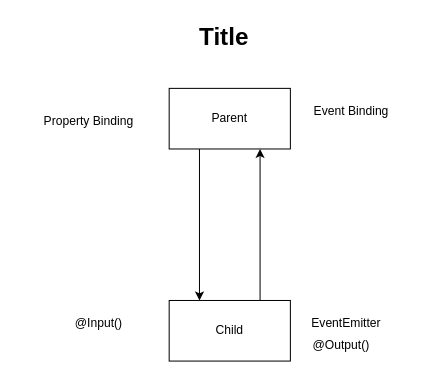
Above: page "Page-2" (2 of 2) of references/ng-diagrams.drawio in synergy2411/nov-24-ng (draw.io), before the change. Source tidied: cells renumbered, new cells numbered last; positions are measured from the earlier drawing's top-left corner, leaving out a move shared by most shapes. Both pictures are drawn from the tidied source at 101%, with x=0, y=0 at pixel (32, 17).
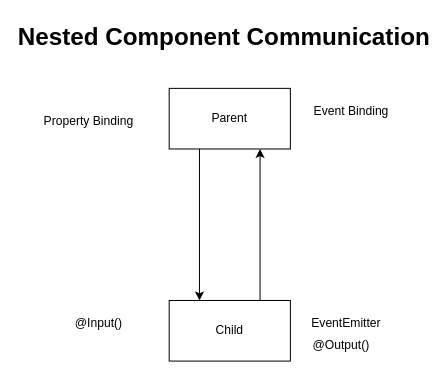
The same page after the edit.

Diff of the diagram source:
```diff
@@
 <mxGraphModel>
   <root>
     <mxCell id="0" />
     <mxCell id="1" parent="0" />
     <mxCell id="2" style="edgeStyle=orthogonalEdgeStyle;rounded=0;jettySize=auto;html=1;exitX=0.25;exitY=1;exitDx=0;exitDy=0;entryX=0.25;entryY=0;entryDx=0;entryDy=0;" parent="1" edge="1" source="3" target="5">
       <mxGeometry relative="1" as="geometry" />
     </mxCell>
     <mxCell id="3" value="Parent" style="rounded=0;whiteSpace=wrap;html=1;" parent="1" vertex="1">
       <mxGeometry x="135" y="70" width="120" height="60" as="geometry" />
     </mxCell>
     <mxCell id="4" style="edgeStyle=orthogonalEdgeStyle;rounded=0;jettySize=auto;html=1;exitX=0.75;exitY=0;exitDx=0;exitDy=0;entryX=0.75;entryY=1;entryDx=0;entryDy=0;" parent="1" edge="1" source="5" target="3">
       <mxGeometry relative="1" as="geometry" />
     </mxCell>
     <mxCell id="5" value="Child" style="rounded=0;whiteSpace=wrap;html=1;" parent="1" vertex="1">
       <mxGeometry x="135" y="280" width="120" height="60" as="geometry" />
     </mxCell>
     <mxCell id="6" value="Property Binding" style="text;html=1;align=center;verticalAlign=middle;strokeColor=none;fillColor=none;" parent="1" vertex="1">
       <mxGeometry y="88" width="110" height="30" as="geometry" />
     </mxCell>
     <mxCell id="7" value="@Input()" style="text;html=1;align=center;verticalAlign=middle;strokeColor=none;fillColor=none;" parent="1" vertex="1">
       <mxGeometry x="30" y="288" width="70" height="30" as="geometry" />
     </mxCell>
     <mxCell id="8" value="Event Binding" style="text;html=1;align=center;verticalAlign=middle;strokeColor=none;fillColor=none;" parent="1" vertex="1">
       <mxGeometry x="265" y="78" width="100" height="30" as="geometry" />
     </mxCell>
     <mxCell id="9" value="EventEmitter" style="text;html=1;align=center;verticalAlign=middle;strokeColor=none;fillColor=none;" parent="1" vertex="1">
       <mxGeometry x="265" y="288" width="90" height="30" as="geometry" />
     </mxCell>
     <mxCell id="10" value="@Output()" style="text;html=1;align=center;verticalAlign=middle;strokeColor=none;fillColor=none;" parent="1" vertex="1">
       <mxGeometry x="265" y="310" width="80" height="30" as="geometry" />
     </mxCell>
-    <mxCell id="11" value="Title" style="text;strokeColor=none;fillColor=none;html=1;fontSize=24;fontStyle=1;verticalAlign=middle;align=center;" parent="1" vertex="1">
+    <mxCell id="11" value="Nested Component Communication" style="text;strokeColor=none;fillColor=none;html=1;fontSize=24;fontStyle=1;verticalAlign=middle;align=center;" parent="1" vertex="1">
       <mxGeometry x="139" width="100" height="40" as="geometry" />
     </mxCell>
   </root>
 </mxGraphModel>
```
